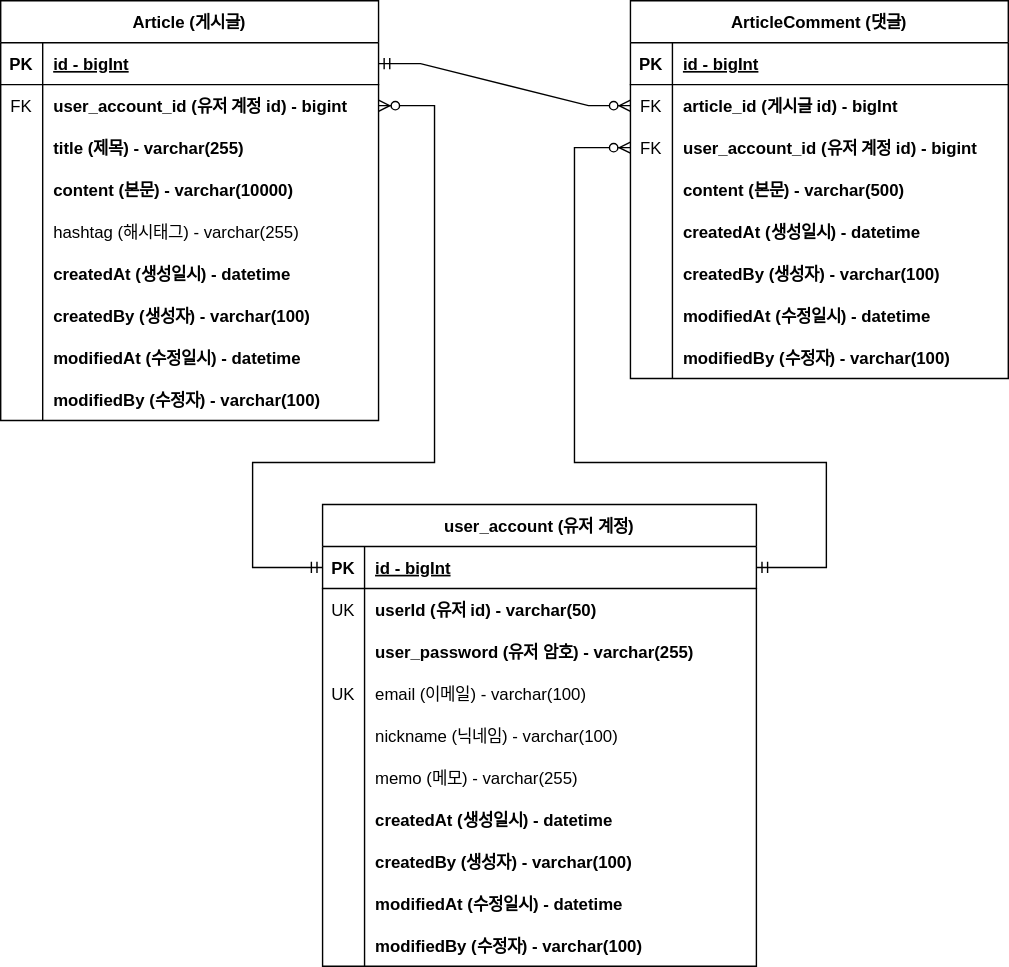
Earlier version of the draw.io export document/project-board-erd.svg (bcchoi518/fastcampus-project-board). Source tidied: cells renumbered, new cells last; positions are measured from the earlier drawing's top-left corner, leaving out a move shared by most shapes.
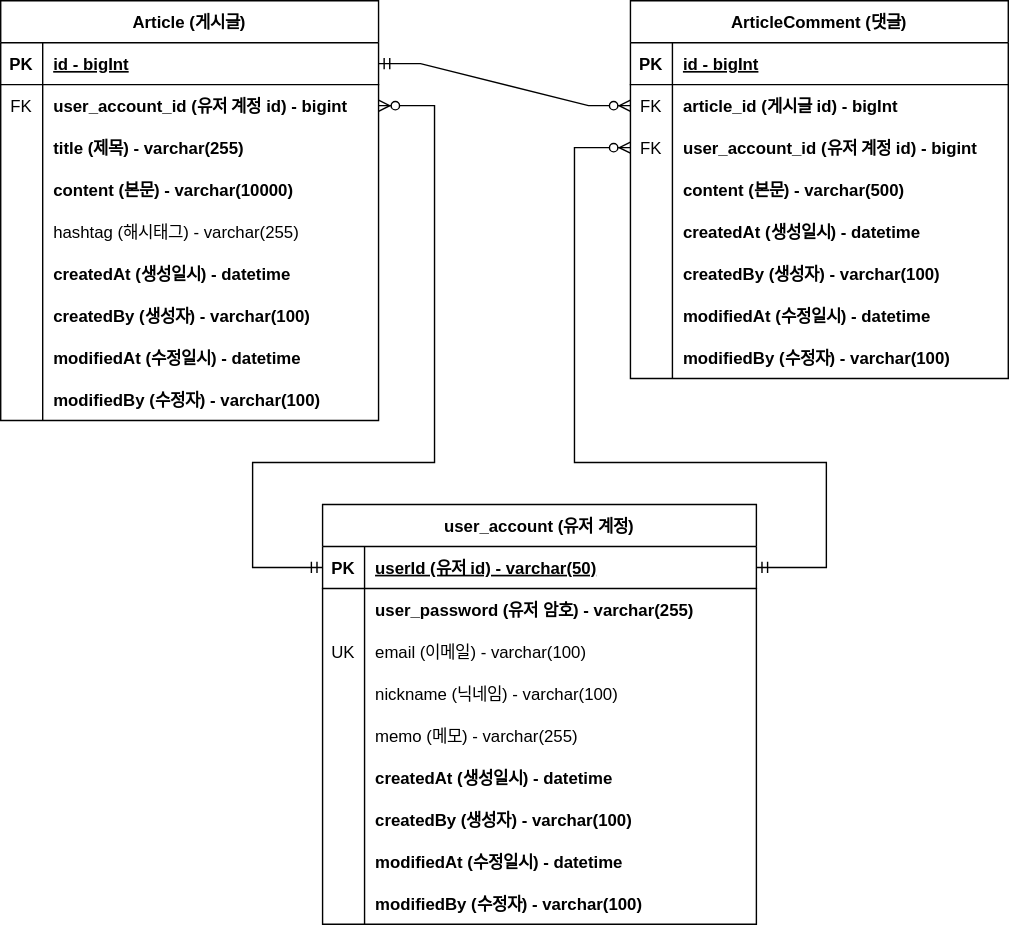
Later version of the same file.

Commit message:
#40 - ERD 문서 수정: 회원 계정 user_id 를 PK 로 변경

회원 계정 기존 `id` 를 삭제하고 `user_id`를 pk로 변경하는
그림 적용

Change to the diagram source:
```diff
@@ -165,7 +165,7 @@
       <mxGeometry relative="1" as="geometry" />
     </mxCell>
     <mxCell id="56" value="user_account (유저 계정)" style="shape=table;startSize=30;rowLines=0;fontStyle=1;align=center;" parent="1" vertex="1">
-      <mxGeometry x="230" y="360" width="310" height="330" as="geometry" />
+      <mxGeometry x="230" y="360" width="310" height="300" as="geometry" />
     </mxCell>
     <mxCell id="57" style="shape=tableRow;horizontal=0;startSize=0;swimlaneHead=0;swimlaneBody=0;fillColor=none;points=[[0,0.5],[1,0.5]];portConstraint=eastwest;top=0;left=0;right=0;bottom=1;" parent="56" vertex="1">
       <mxGeometry y="30" width="310" height="30" as="geometry" />
@@ -173,20 +173,11 @@
     <mxCell id="58" value="PK" style="shape=partialRectangle;fillColor=none;top=0;left=0;bottom=0;right=0;fontStyle=1;overflow=hidden;" parent="57" vertex="1">
       <mxGeometry width="30" height="30" as="geometry" />
     </mxCell>
-    <mxCell id="59" value="id - bigInt" style="shape=partialRectangle;fillColor=none;top=0;left=0;bottom=0;right=0;align=left;spacingLeft=6;fontStyle=5;overflow=hidden;" parent="57" vertex="1">
+    <mxCell id="59" value="userId (유저 id) - varchar(50)" style="shape=partialRectangle;fillColor=none;top=0;left=0;bottom=0;right=0;align=left;spacingLeft=6;fontStyle=5;overflow=hidden;" parent="57" vertex="1">
       <mxGeometry x="30" width="280" height="30" as="geometry" />
     </mxCell>
-    <mxCell id="60" style="shape=tableRow;horizontal=0;startSize=0;swimlaneHead=0;swimlaneBody=0;fillColor=none;top=0;left=0;right=0;bottom=0;" parent="56" vertex="1">
-      <mxGeometry y="60" width="310" height="30" as="geometry" />
-    </mxCell>
-    <mxCell id="61" value="UK" style="shape=partialRectangle;fillColor=none;top=0;left=0;bottom=0;right=0;overflow=hidden;" parent="60" vertex="1">
-      <mxGeometry width="30" height="30" as="geometry" />
-    </mxCell>
-    <mxCell id="62" value="userId (유저 id) - varchar(50)" style="shape=partialRectangle;fillColor=none;top=0;left=0;bottom=0;right=0;align=left;spacingLeft=6;overflow=hidden;fontStyle=1;" parent="60" vertex="1">
-      <mxGeometry x="30" width="280" height="30" as="geometry" />
-    </mxCell>
     <mxCell id="63" style="shape=tableRow;horizontal=0;startSize=0;swimlaneHead=0;swimlaneBody=0;fillColor=none;top=0;left=0;right=0;bottom=0;" parent="56" vertex="1">
-      <mxGeometry y="90" width="310" height="30" as="geometry" />
+      <mxGeometry y="60" width="310" height="30" as="geometry" />
     </mxCell>
     <mxCell id="64" style="shape=partialRectangle;fillColor=none;top=0;left=0;bottom=0;right=0;overflow=hidden;" parent="63" vertex="1">
       <mxGeometry width="30" height="30" as="geometry" />
@@ -195,7 +186,7 @@
       <mxGeometry x="30" width="280" height="30" as="geometry" />
     </mxCell>
     <mxCell id="66" style="shape=tableRow;horizontal=0;startSize=0;swimlaneHead=0;swimlaneBody=0;fillColor=none;top=0;left=0;right=0;bottom=0;" parent="56" vertex="1">
-      <mxGeometry y="120" width="310" height="30" as="geometry" />
+      <mxGeometry y="90" width="310" height="30" as="geometry" />
     </mxCell>
     <mxCell id="67" value="UK" style="shape=partialRectangle;fillColor=none;top=0;left=0;bottom=0;right=0;overflow=hidden;" parent="66" vertex="1">
       <mxGeometry width="30" height="30" as="geometry" />
@@ -204,7 +195,7 @@
       <mxGeometry x="30" width="280" height="30" as="geometry" />
     </mxCell>
     <mxCell id="69" style="shape=tableRow;horizontal=0;startSize=0;swimlaneHead=0;swimlaneBody=0;fillColor=none;top=0;left=0;right=0;bottom=0;" parent="56" vertex="1">
-      <mxGeometry y="150" width="310" height="30" as="geometry" />
+      <mxGeometry y="120" width="310" height="30" as="geometry" />
     </mxCell>
     <mxCell id="70" style="shape=partialRectangle;fillColor=none;top=0;left=0;bottom=0;right=0;overflow=hidden;" parent="69" vertex="1">
       <mxGeometry width="30" height="30" as="geometry" />
@@ -213,7 +204,7 @@
       <mxGeometry x="30" width="280" height="30" as="geometry" />
     </mxCell>
     <mxCell id="72" style="shape=tableRow;horizontal=0;startSize=0;swimlaneHead=0;swimlaneBody=0;fillColor=none;top=0;left=0;right=0;bottom=0;" parent="56" vertex="1">
-      <mxGeometry y="180" width="310" height="30" as="geometry" />
+      <mxGeometry y="150" width="310" height="30" as="geometry" />
     </mxCell>
     <mxCell id="73" style="shape=partialRectangle;fillColor=none;top=0;left=0;bottom=0;right=0;overflow=hidden;" parent="72" vertex="1">
       <mxGeometry width="30" height="30" as="geometry" />
@@ -222,7 +213,7 @@
       <mxGeometry x="30" width="280" height="30" as="geometry" />
     </mxCell>
     <mxCell id="75" style="shape=tableRow;horizontal=0;startSize=0;swimlaneHead=0;swimlaneBody=0;fillColor=none;top=0;left=0;right=0;bottom=0;" parent="56" vertex="1">
-      <mxGeometry y="210" width="310" height="30" as="geometry" />
+      <mxGeometry y="180" width="310" height="30" as="geometry" />
     </mxCell>
     <mxCell id="76" style="shape=partialRectangle;fillColor=none;top=0;left=0;bottom=0;right=0;overflow=hidden;" parent="75" vertex="1">
       <mxGeometry width="30" height="30" as="geometry" />
@@ -231,7 +222,7 @@
       <mxGeometry x="30" width="280" height="30" as="geometry" />
     </mxCell>
     <mxCell id="78" style="shape=tableRow;horizontal=0;startSize=0;swimlaneHead=0;swimlaneBody=0;fillColor=none;top=0;left=0;right=0;bottom=0;" parent="56" vertex="1">
-      <mxGeometry y="240" width="310" height="30" as="geometry" />
+      <mxGeometry y="210" width="310" height="30" as="geometry" />
     </mxCell>
     <mxCell id="79" style="shape=partialRectangle;fillColor=none;top=0;left=0;bottom=0;right=0;overflow=hidden;" parent="78" vertex="1">
       <mxGeometry width="30" height="30" as="geometry" />
@@ -240,7 +231,7 @@
       <mxGeometry x="30" width="280" height="30" as="geometry" />
     </mxCell>
     <mxCell id="81" style="shape=tableRow;horizontal=0;startSize=0;swimlaneHead=0;swimlaneBody=0;fillColor=none;top=0;left=0;right=0;bottom=0;" parent="56" vertex="1">
-      <mxGeometry y="270" width="310" height="30" as="geometry" />
+      <mxGeometry y="240" width="310" height="30" as="geometry" />
     </mxCell>
     <mxCell id="82" style="shape=partialRectangle;fillColor=none;top=0;left=0;bottom=0;right=0;overflow=hidden;" parent="81" vertex="1">
       <mxGeometry width="30" height="30" as="geometry" />
@@ -249,7 +240,7 @@
       <mxGeometry x="30" width="280" height="30" as="geometry" />
     </mxCell>
     <mxCell id="84" style="shape=tableRow;horizontal=0;startSize=0;swimlaneHead=0;swimlaneBody=0;fillColor=none;top=0;left=0;right=0;bottom=0;" parent="56" vertex="1">
-      <mxGeometry y="300" width="310" height="30" as="geometry" />
+      <mxGeometry y="270" width="310" height="30" as="geometry" />
     </mxCell>
     <mxCell id="85" style="shape=partialRectangle;fillColor=none;top=0;left=0;bottom=0;right=0;overflow=hidden;" parent="84" vertex="1">
       <mxGeometry width="30" height="30" as="geometry" />
```
